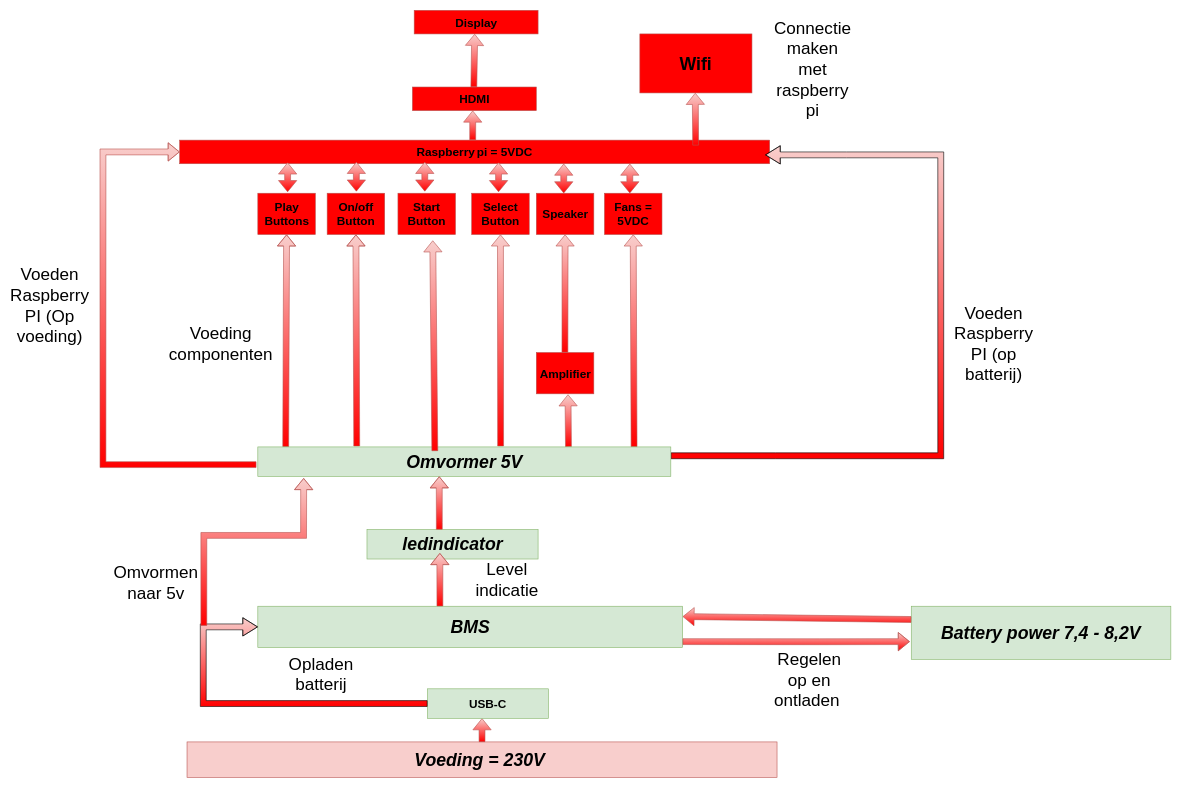
Earlier version of the draw.io diagram page "Pagina-1" (1 of 2) of Circuits-Schema's/architecture.drawio (vives-project-xp/HandheldRetropie). Source tidied: cells renumbered, new cells numbered last; positions are measured from the earlier drawing's top-left corner, leaving out a move shared by most shapes. Both pictures are drawn from the tidied source at 59%, with x=0, y=0 at pixel (14, 10).
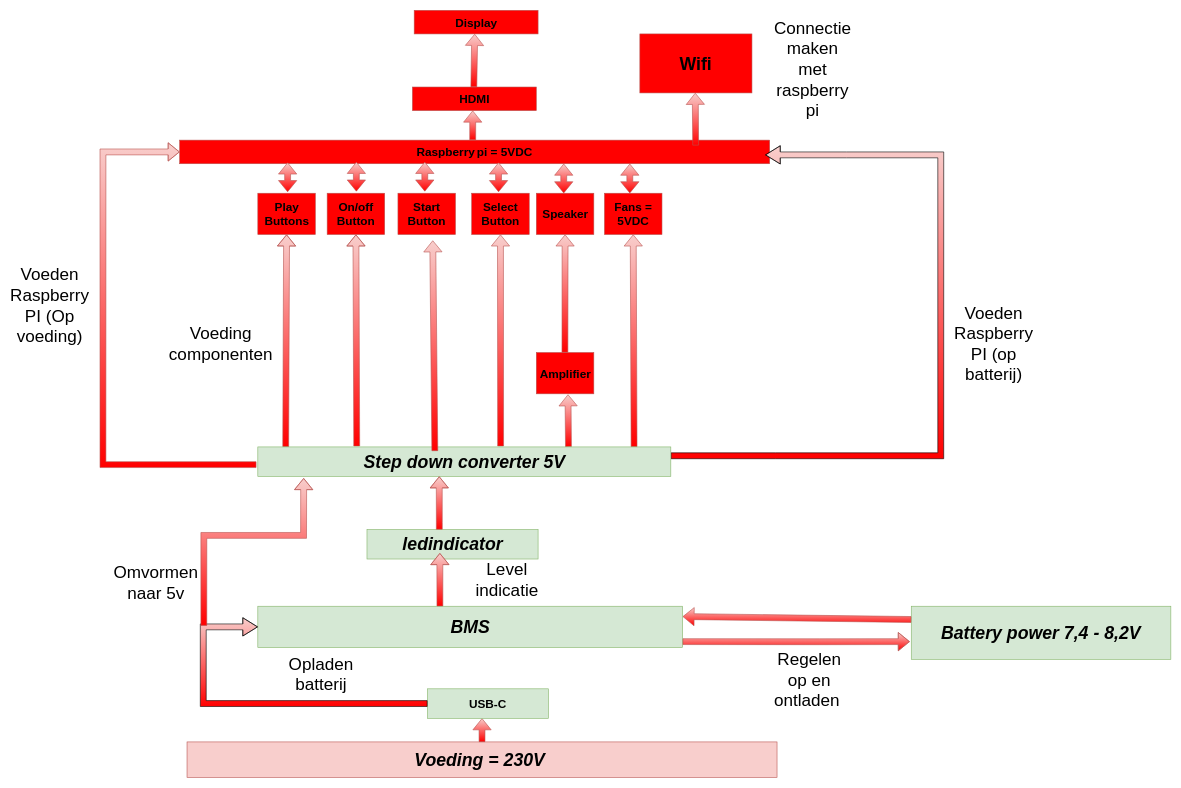
The same page after the edit.

Change to the diagram source:
```diff
@@
-    <mxCell id="31" value="&lt;span style=&quot;font-size: 30px;&quot;&gt;&lt;b&gt;&lt;i&gt;Omvormer 5V&lt;/i&gt;&lt;/b&gt;&lt;/span&gt;" style="text;html=1;align=center;verticalAlign=middle;whiteSpace=wrap;rounded=0;fillColor=#d5e8d4;strokeColor=#82b366;" parent="1" vertex="1">
+    <mxCell id="31" value="&lt;span style=&quot;font-size: 30px;&quot;&gt;&lt;b&gt;&lt;i&gt;Step down converter 5V&lt;/i&gt;&lt;/b&gt;&lt;/span&gt;" style="text;html=1;align=center;verticalAlign=middle;whiteSpace=wrap;rounded=0;fillColor=#d5e8d4;strokeColor=#82b366;" parent="1" vertex="1">
       <mxGeometry x="412.5" y="740" width="700" height="50" as="geometry" />
     </mxCell>
```
